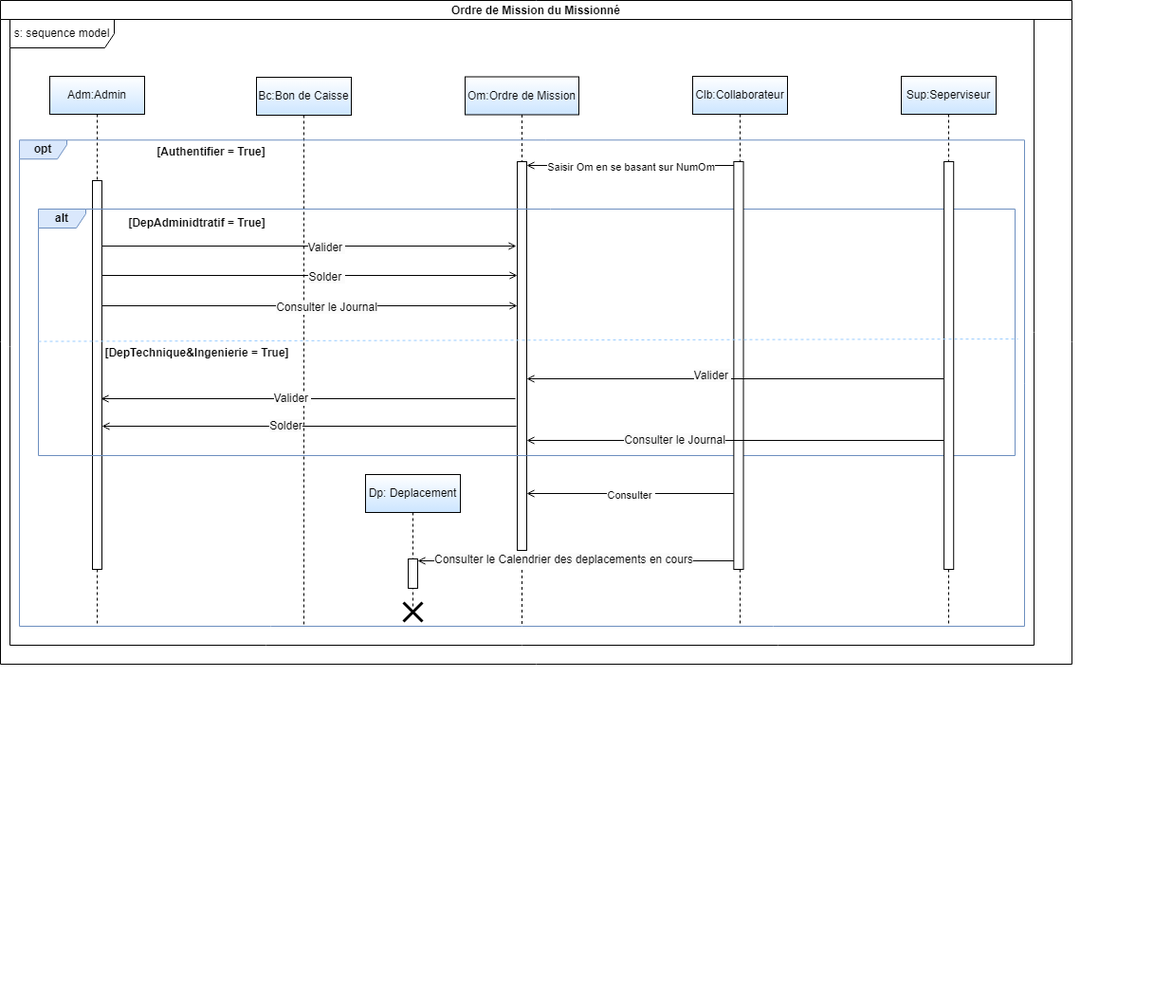
This is SequenceDiagramUser.drawio.png from BARIGOU-Imane/Gestion-des-Ordres-de-Mission, a draw.io export, as it was before one commit. Source tidied: cells renumbered, new cells last; positions are measured from the earlier drawing's top-left corner, leaving out a move shared by most shapes.
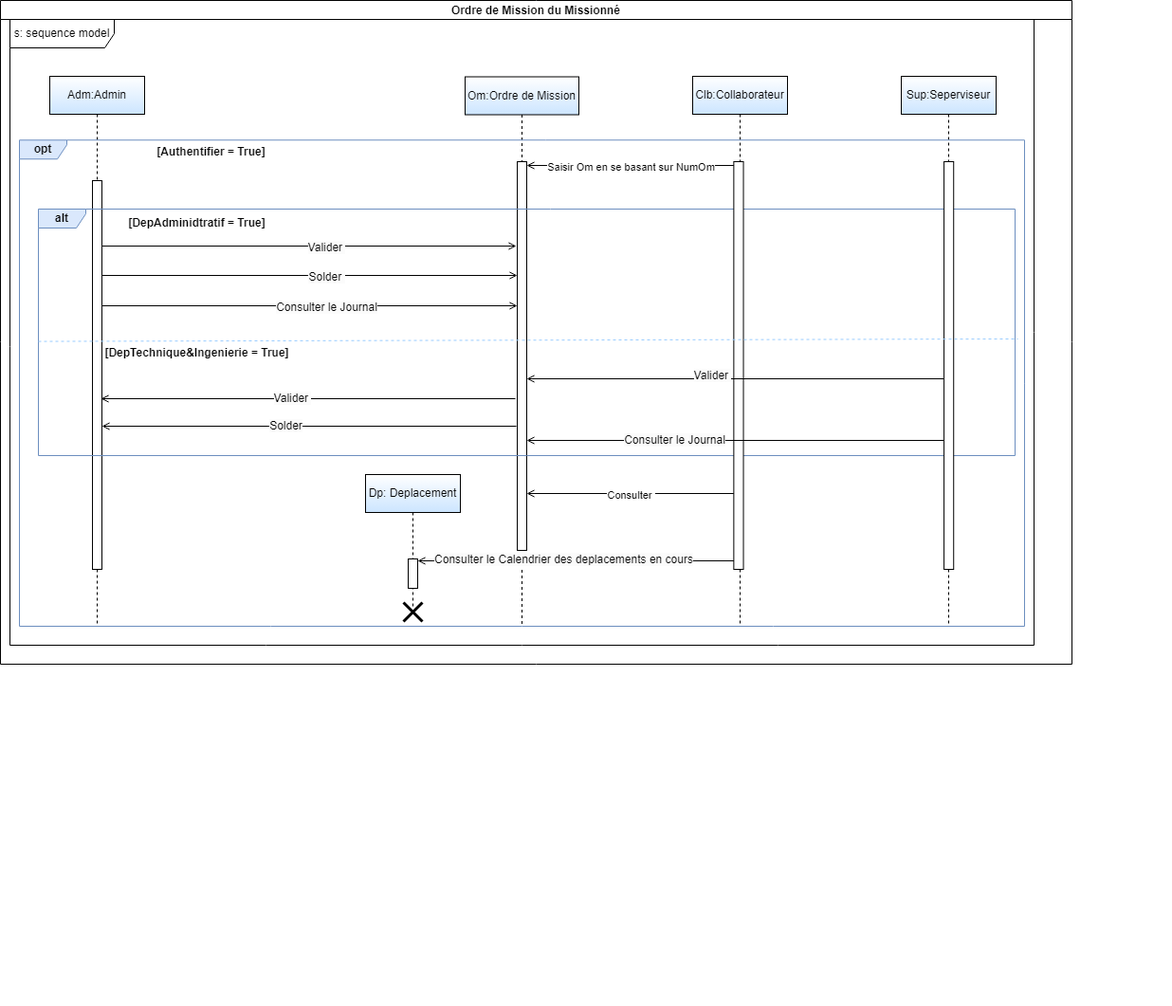
After the change.

Change to the diagram source:
```diff
@@ -11,9 +11,6 @@
     <mxCell id="4" value="Clb:Collaborateur" style="shape=umlLifeline;perimeter=lifelinePerimeter;whiteSpace=wrap;html=1;newEdgeStyle={&quot;edgeStyle&quot;:&quot;elbowEdgeStyle&quot;,&quot;elbow&quot;:&quot;vertical&quot;,&quot;curved&quot;:0,&quot;rounded&quot;:0};gradientColor=#CCE5FF;" parent="1" vertex="1">
       <mxGeometry x="730" y="80" width="100" height="580" as="geometry" />
     </mxCell>
-    <mxCell id="5" value="Bc:Bon de Caisse" style="shape=umlLifeline;perimeter=lifelinePerimeter;whiteSpace=wrap;html=1;newEdgeStyle={&quot;edgeStyle&quot;:&quot;elbowEdgeStyle&quot;,&quot;elbow&quot;:&quot;vertical&quot;,&quot;curved&quot;:0,&quot;rounded&quot;:0};gradientColor=#CCE5FF;" parent="1" vertex="1">
-      <mxGeometry x="270" y="81" width="100" height="579" as="geometry" />
-    </mxCell>
     <mxCell id="6" value="Om:Ordre de Mission" style="shape=umlLifeline;perimeter=lifelinePerimeter;whiteSpace=wrap;html=1;newEdgeStyle={&quot;edgeStyle&quot;:&quot;elbowEdgeStyle&quot;,&quot;elbow&quot;:&quot;vertical&quot;,&quot;curved&quot;:0,&quot;rounded&quot;:0};gradientColor=#CCE5FF;" parent="1" vertex="1">
       <mxGeometry x="490" y="80.5" width="120" height="579.5" as="geometry" />
     </mxCell>
```
